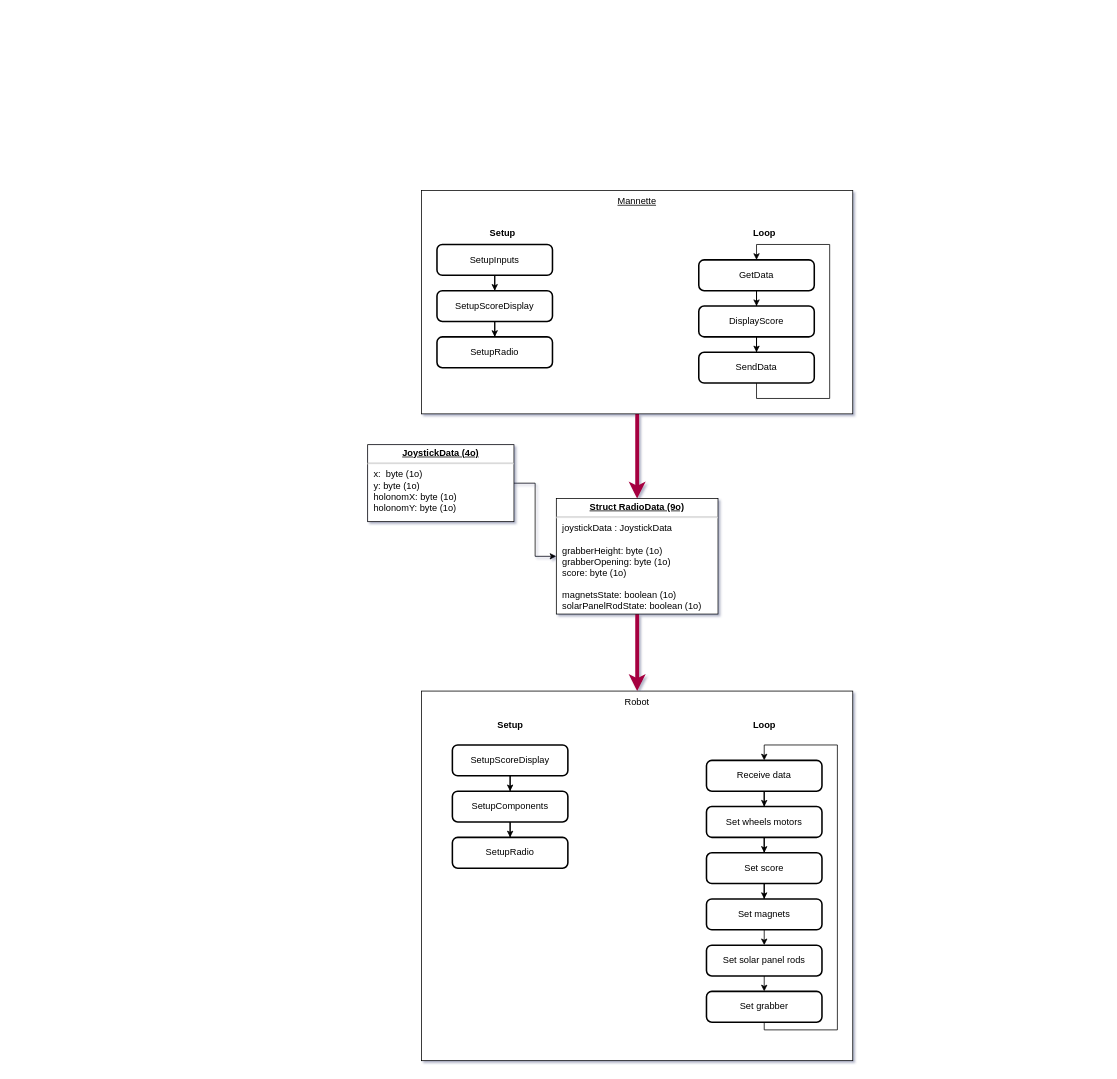
Hexobot-SLSC/eurobot-2024-controller keeps this draw.io diagram as Algorithme.drawio. Above is the earlier version. Source tidied: cells renumbered, new cells numbered last; positions are measured from the earlier drawing's top-left corner, leaving out a move shared by most shapes. Both pictures are drawn from the tidied source at 77%, with x=0, y=0 at pixel (367, 190).
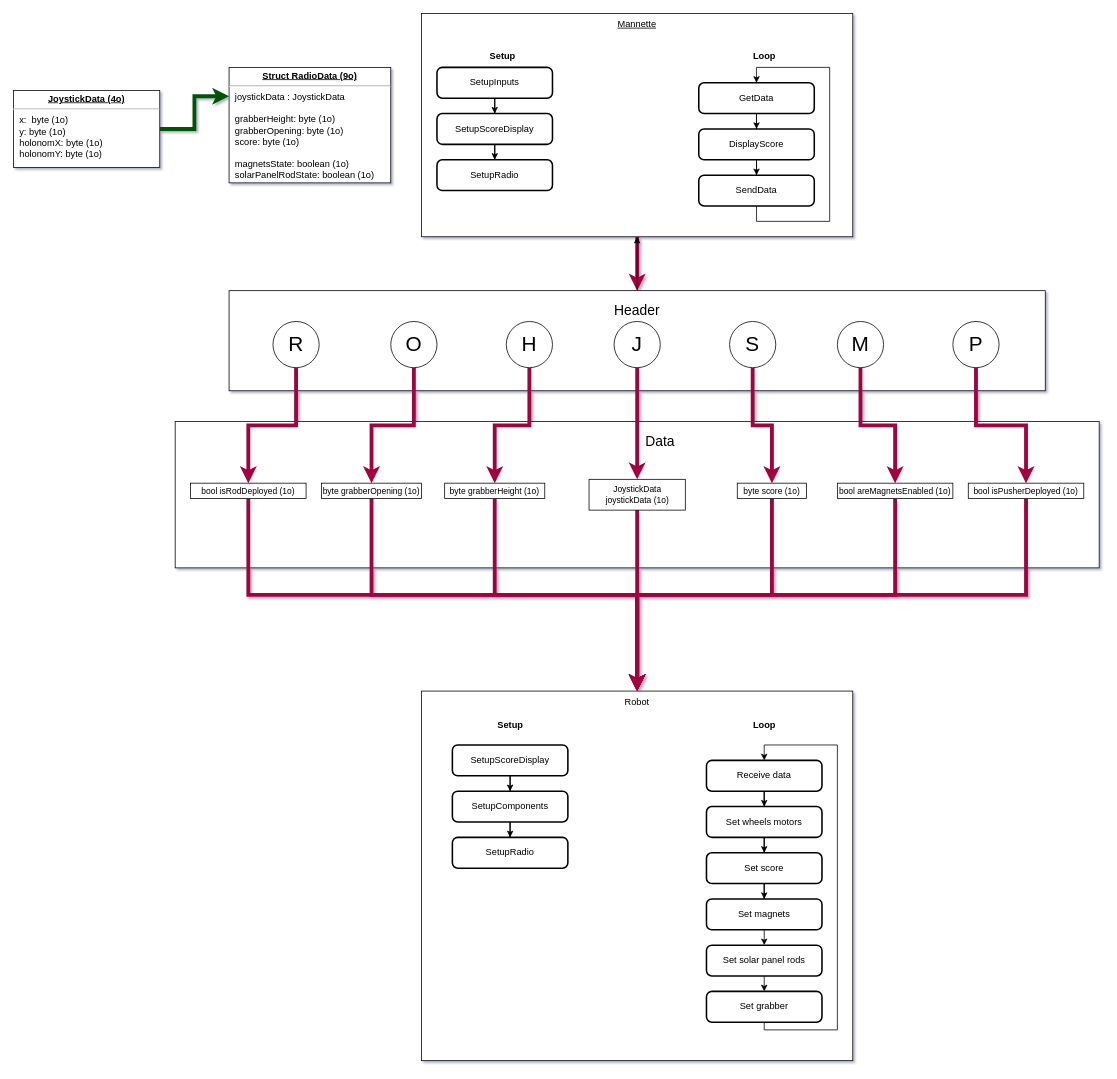
The same page after the edit.

Commit message (it also covers changes not shown here):
Added "headers" protocol for radio

Unchanged cells that the change refers to:
```xml
<mxCell id="4" value="Robot" style="rounded=0;whiteSpace=wrap;html=1;verticalAlign=top;" parent="1" vertex="1">
  <mxGeometry x="70" y="650" width="560" height="480" as="geometry" />
</mxCell>
```

The edit, as a diff of the source:
```diff
@@
+    <mxCell id="42" value="&lt;font style=&quot;font-size: 18px;&quot;&gt;&amp;nbsp; &amp;nbsp; &amp;nbsp; &amp;nbsp; &amp;nbsp; &amp;nbsp; Data&lt;/font&gt;" style="rounded=0;whiteSpace=wrap;html=1;fontSize=27;verticalAlign=top;" parent="1" vertex="1">
+      <mxGeometry x="-250" y="300" width="1200" height="190" as="geometry" />
+    </mxCell>
-    <mxCell id="2" style="edgeStyle=orthogonalEdgeStyle;rounded=0;jettySize=auto;html=1;strokeWidth=5;fillColor=#d80073;strokeColor=#A50040;" parent="1" edge="1" source="3" target="6">
+    <mxCell id="2" style="edgeStyle=orthogonalEdgeStyle;rounded=0;jettySize=auto;html=1;strokeWidth=5;fillColor=#d80073;strokeColor=#A50040;entryX=0.5;entryY=0;entryDx=0;entryDy=0;" parent="1" edge="1" source="3" target="44">
       <mxGeometry relative="1" as="geometry" />
     </mxCell>
     <mxCell id="3" value="&lt;u&gt;Mannette&lt;/u&gt;" style="rounded=0;whiteSpace=wrap;html=1;verticalAlign=top;" parent="1" vertex="1">
-      <mxGeometry x="70" width="560" height="290" as="geometry" />
+      <mxGeometry x="70" y="-230" width="560" height="290" as="geometry" />
     </mxCell>
@@
-    <mxCell id="5" style="edgeStyle=orthogonalEdgeStyle;rounded=0;jettySize=auto;html=1;strokeColor=#A50040;strokeWidth=5;fillColor=#d80073;" parent="1" edge="1" source="6" target="4">
+    <mxCell id="5" style="edgeStyle=orthogonalEdgeStyle;rounded=0;jettySize=auto;html=1;strokeColor=#A50040;strokeWidth=5;fillColor=#d80073;exitX=0.5;exitY=1;exitDx=0;exitDy=0;" parent="1" edge="1" source="63" target="4">
       <mxGeometry relative="1" as="geometry" />
     </mxCell>
     <mxCell id="6" value="&lt;p style=&quot;margin:0px;margin-top:4px;text-align:center;text-decoration:underline;&quot;&gt;&lt;b&gt;Struct RadioData (9o)&lt;/b&gt;&lt;/p&gt;&lt;hr&gt;&lt;p style=&quot;margin:0px;margin-left:8px;&quot;&gt;joystickData : JoystickData&lt;/p&gt;&lt;p style=&quot;margin:0px;margin-left:8px;&quot;&gt;&lt;br&gt;grabberHeight: byte (1o)&lt;/p&gt;&lt;p style=&quot;margin:0px;margin-left:8px;&quot;&gt;grabberOpening: byte (1o)&lt;/p&gt;&lt;p style=&quot;margin:0px;margin-left:8px;&quot;&gt;&lt;span style=&quot;background-color: initial;&quot;&gt;score: byte (1o)&lt;/span&gt;&lt;br&gt;&lt;/p&gt;&lt;p style=&quot;margin:0px;margin-left:8px;&quot;&gt;&lt;span style=&quot;background-color: initial;&quot;&gt;&lt;br&gt;&lt;/span&gt;&lt;/p&gt;&lt;p style=&quot;margin: 0px 0px 0px 8px;&quot;&gt;magnetsState: boolean (1o)&lt;/p&gt;&lt;p style=&quot;margin: 0px 0px 0px 8px;&quot;&gt;solarPanelRodState: boolean (1o)&lt;/p&gt;" style="verticalAlign=top;align=left;overflow=fill;fontSize=12;fontFamily=Helvetica;html=1;whiteSpace=wrap;rounded=0;" parent="1" vertex="1">
-      <mxGeometry x="245" y="400" width="210" height="150" as="geometry" />
+      <mxGeometry x="-180" y="-160" width="210" height="150" as="geometry" />
     </mxCell>
-    <mxCell id="7" value="&lt;p style=&quot;margin:0px;margin-top:4px;text-align:center;text-decoration:underline;&quot;&gt;&lt;b&gt;JoystickData (4o)&lt;/b&gt;&lt;/p&gt;&lt;hr&gt;&lt;p style=&quot;margin:0px;margin-left:8px;&quot;&gt;x:&amp;nbsp; byte (1o)&lt;br&gt;y: byte (1o)&lt;br&gt;holonomX: byte (1o)&lt;/p&gt;&lt;p style=&quot;margin:0px;margin-left:8px;&quot;&gt;holonomY: byte (1o)&lt;/p&gt;" style="verticalAlign=top;align=left;overflow=fill;fontSize=12;fontFamily=Helvetica;html=1;whiteSpace=wrap;rounded=0;" parent="1" vertex="1">
-      <mxGeometry y="330" width="190" height="100" as="geometry" />
-    </mxCell>
-    <mxCell id="8" style="edgeStyle=orthogonalEdgeStyle;rounded=0;jettySize=auto;html=1;" parent="1" edge="1" source="7" target="6">
-      <mxGeometry relative="1" as="geometry" />
-    </mxCell>
@@
     <mxCell id="11" value="GetData" style="rounded=1;whiteSpace=wrap;html=1;absoluteArcSize=1;arcSize=14;strokeWidth=2;" parent="1" vertex="1">
-      <mxGeometry x="430" y="90" width="150" height="40" as="geometry" />
+      <mxGeometry x="430" y="-140" width="150" height="40" as="geometry" />
     </mxCell>
     <mxCell id="12" style="edgeStyle=orthogonalEdgeStyle;rounded=0;jettySize=auto;html=1;exitX=0.5;exitY=1;exitDx=0;exitDy=0;entryX=0.5;entryY=0;entryDx=0;entryDy=0;" parent="1" edge="1" source="41" target="11">
       <mxGeometry relative="1" as="geometry">
         <Array as="points">
-          <mxPoint x="505" y="270" />
-          <mxPoint x="600" y="270" />
-          <mxPoint x="600" y="70" />
-          <mxPoint x="505" y="70" />
+          <mxPoint x="505" y="40" />
+          <mxPoint x="600" y="40" />
+          <mxPoint x="600" y="-160" />
+          <mxPoint x="505" y="-160" />
         </Array>
       </mxGeometry>
     </mxCell>
@@
     <mxCell id="14" value="DisplayScore" style="rounded=1;whiteSpace=wrap;html=1;absoluteArcSize=1;arcSize=14;strokeWidth=2;" parent="1" vertex="1">
-      <mxGeometry x="430" y="150" width="150" height="40" as="geometry" />
+      <mxGeometry x="430" y="-80" width="150" height="40" as="geometry" />
     </mxCell>
     <mxCell id="15" value="&lt;b&gt;Loop&lt;/b&gt;" style="text;html=1;align=center;verticalAlign=middle;strokeColor=none;fillColor=none;" parent="1" vertex="1">
-      <mxGeometry x="490" y="40" width="50" height="30" as="geometry" />
+      <mxGeometry x="490" y="-190" width="50" height="30" as="geometry" />
     </mxCell>
     <mxCell id="16" value="&lt;b&gt;Setup&lt;/b&gt;" style="text;html=1;align=center;verticalAlign=middle;strokeColor=none;fillColor=none;" parent="1" vertex="1">
-      <mxGeometry x="145" y="40" width="60" height="30" as="geometry" />
+      <mxGeometry x="145" y="-190" width="60" height="30" as="geometry" />
     </mxCell>
@@
     <mxCell id="18" value="SetupScoreDisplay" style="rounded=1;whiteSpace=wrap;html=1;absoluteArcSize=1;arcSize=14;strokeWidth=2;" parent="1" vertex="1">
-      <mxGeometry x="90" y="130" width="150" height="40" as="geometry" />
+      <mxGeometry x="90" y="-100" width="150" height="40" as="geometry" />
     </mxCell>
     <mxCell id="19" value="SetupRadio" style="rounded=1;whiteSpace=wrap;html=1;absoluteArcSize=1;arcSize=14;strokeWidth=2;" parent="1" vertex="1">
-      <mxGeometry x="90" y="190" width="150" height="40" as="geometry" />
+      <mxGeometry x="90" y="-40" width="150" height="40" as="geometry" />
     </mxCell>
@@
     <mxCell id="40" value="SetupInputs" style="rounded=1;whiteSpace=wrap;html=1;absoluteArcSize=1;arcSize=14;strokeWidth=2;" parent="1" vertex="1">
-      <mxGeometry x="90" y="70" width="150" height="40" as="geometry" />
+      <mxGeometry x="90" y="-160" width="150" height="40" as="geometry" />
     </mxCell>
     <mxCell id="41" value="SendData" style="rounded=1;whiteSpace=wrap;html=1;absoluteArcSize=1;arcSize=14;strokeWidth=2;" parent="1" vertex="1">
-      <mxGeometry x="430" y="210" width="150" height="40" as="geometry" />
+      <mxGeometry x="430" y="-20" width="150" height="40" as="geometry" />
     </mxCell>
+    <mxCell id="43" style="edgeStyle=none;html=1;fontSize=27;" parent="1" edge="1" source="44" target="3">
+      <mxGeometry relative="1" as="geometry" />
+    </mxCell>
+    <mxCell id="44" value="&lt;font style=&quot;font-size: 18px;&quot;&gt;Header&lt;/font&gt;" style="rounded=0;whiteSpace=wrap;html=1;fontSize=27;verticalAlign=top;" parent="1" vertex="1">
+      <mxGeometry x="-180" y="130" width="1060" height="130" as="geometry" />
+    </mxCell>
+    <mxCell id="45" style="edgeStyle=none;html=1;exitX=0.5;exitY=1;exitDx=0;exitDy=0;entryX=0.5;entryY=0;entryDx=0;entryDy=0;fontSize=11;rounded=0;strokeColor=#A50040;strokeWidth=5;fillColor=#d80073;" parent="1" edge="1" source="46" target="63">
+      <mxGeometry relative="1" as="geometry" />
+    </mxCell>
+    <mxCell id="46" value="&lt;font style=&quot;font-size: 27px;&quot;&gt;J&lt;/font&gt;" style="ellipse;whiteSpace=wrap;html=1;" parent="1" vertex="1">
+      <mxGeometry x="320" y="170" width="60" height="60" as="geometry" />
+    </mxCell>
+    <mxCell id="47" style="edgeStyle=orthogonalEdgeStyle;shape=connector;rounded=0;html=1;entryX=0.5;entryY=0;entryDx=0;entryDy=0;labelBackgroundColor=default;strokeColor=#A50040;strokeWidth=5;fontFamily=Helvetica;fontSize=11;fontColor=default;endArrow=classic;fillColor=#d80073;" parent="1" edge="1" source="48" target="52">
+      <mxGeometry relative="1" as="geometry" />
+    </mxCell>
+    <mxCell id="48" value="&lt;font style=&quot;font-size: 27px;&quot;&gt;S&lt;/font&gt;" style="ellipse;whiteSpace=wrap;html=1;" parent="1" vertex="1">
+      <mxGeometry x="470" y="170" width="60" height="60" as="geometry" />
+    </mxCell>
+    <mxCell id="49" style="edgeStyle=orthogonalEdgeStyle;shape=connector;rounded=0;html=1;entryX=0.5;entryY=0;entryDx=0;entryDy=0;labelBackgroundColor=default;strokeColor=#A50040;strokeWidth=5;fontFamily=Helvetica;fontSize=14;fontColor=default;endArrow=classic;fillColor=#d80073;" parent="1" edge="1" source="50" target="54">
+      <mxGeometry relative="1" as="geometry" />
+    </mxCell>
+    <mxCell id="50" value="&lt;font style=&quot;font-size: 27px;&quot;&gt;H&lt;/font&gt;" style="ellipse;whiteSpace=wrap;html=1;" parent="1" vertex="1">
+      <mxGeometry x="180" y="170" width="60" height="60" as="geometry" />
+    </mxCell>
+    <mxCell id="51" style="edgeStyle=orthogonalEdgeStyle;shape=connector;rounded=0;html=1;entryX=0.5;entryY=0;entryDx=0;entryDy=0;labelBackgroundColor=default;strokeColor=#A50040;strokeWidth=5;fontFamily=Helvetica;fontSize=11;fontColor=default;endArrow=classic;fillColor=#d80073;" parent="1" edge="1" source="52" target="4">
+      <mxGeometry relative="1" as="geometry" />
+    </mxCell>
+    <mxCell id="52" value="byte score (1o)" style="rounded=0;whiteSpace=wrap;html=1;fontFamily=Helvetica;fontSize=11;fontColor=default;" parent="1" vertex="1">
+      <mxGeometry x="480" y="380" width="90" height="20" as="geometry" />
+    </mxCell>
+    <mxCell id="53" style="edgeStyle=orthogonalEdgeStyle;shape=connector;rounded=0;html=1;entryX=0.5;entryY=0;entryDx=0;entryDy=0;labelBackgroundColor=default;strokeColor=#A50040;strokeWidth=5;fontFamily=Helvetica;fontSize=14;fontColor=default;endArrow=classic;fillColor=#d80073;" parent="1" edge="1" source="54" target="4">
+      <mxGeometry relative="1" as="geometry" />
+    </mxCell>
+    <mxCell id="54" value="byte grabberHeight (1o)" style="rounded=0;whiteSpace=wrap;html=1;fontFamily=Helvetica;fontSize=11;fontColor=default;" parent="1" vertex="1">
+      <mxGeometry x="100" y="380" width="130" height="20" as="geometry" />
+    </mxCell>
+    <mxCell id="55" style="edgeStyle=orthogonalEdgeStyle;shape=connector;rounded=0;html=1;entryX=0.5;entryY=0;entryDx=0;entryDy=0;labelBackgroundColor=default;strokeColor=#A50040;strokeWidth=5;fontFamily=Helvetica;fontSize=18;fontColor=default;endArrow=classic;fillColor=#d80073;" parent="1" edge="1" source="56" target="58">
+      <mxGeometry relative="1" as="geometry" />
+    </mxCell>
+    <mxCell id="56" value="&lt;font style=&quot;font-size: 27px;&quot;&gt;O&lt;/font&gt;" style="ellipse;whiteSpace=wrap;html=1;" parent="1" vertex="1">
+      <mxGeometry x="30" y="170" width="60" height="60" as="geometry" />
+    </mxCell>
+    <mxCell id="57" style="edgeStyle=orthogonalEdgeStyle;shape=connector;rounded=0;html=1;exitX=0.5;exitY=1;exitDx=0;exitDy=0;entryX=0.5;entryY=0;entryDx=0;entryDy=0;labelBackgroundColor=default;strokeColor=#A50040;strokeWidth=5;fontFamily=Helvetica;fontSize=18;fontColor=default;endArrow=classic;fillColor=#d80073;" parent="1" edge="1" source="58" target="4">
+      <mxGeometry relative="1" as="geometry" />
+    </mxCell>
+    <mxCell id="58" value="byte grabberOpening (1o)" style="rounded=0;whiteSpace=wrap;html=1;fontFamily=Helvetica;fontSize=11;fontColor=default;" parent="1" vertex="1">
+      <mxGeometry x="-60" y="380" width="130" height="20" as="geometry" />
+    </mxCell>
+    <mxCell id="59" style="edgeStyle=orthogonalEdgeStyle;shape=connector;rounded=0;html=1;entryX=0.5;entryY=0;entryDx=0;entryDy=0;labelBackgroundColor=default;strokeColor=#A50040;strokeWidth=5;fontFamily=Helvetica;fontSize=18;fontColor=default;endArrow=classic;fillColor=#d80073;" parent="1" edge="1" source="60" target="62">
+      <mxGeometry relative="1" as="geometry" />
+    </mxCell>
+    <mxCell id="60" value="&lt;font style=&quot;font-size: 27px;&quot;&gt;M&lt;/font&gt;" style="ellipse;whiteSpace=wrap;html=1;" parent="1" vertex="1">
+      <mxGeometry x="610" y="170" width="60" height="60" as="geometry" />
+    </mxCell>
+    <mxCell id="61" style="edgeStyle=orthogonalEdgeStyle;shape=connector;rounded=0;html=1;entryX=0.5;entryY=0;entryDx=0;entryDy=0;labelBackgroundColor=default;strokeColor=#A50040;strokeWidth=5;fontFamily=Helvetica;fontSize=18;fontColor=default;endArrow=classic;fillColor=#d80073;" parent="1" edge="1" source="62" target="4">
+      <mxGeometry relative="1" as="geometry" />
+    </mxCell>
+    <mxCell id="62" value="bool areMagnetsEnabled (1o)" style="rounded=0;whiteSpace=wrap;html=1;fontFamily=Helvetica;fontSize=11;fontColor=default;" parent="1" vertex="1">
+      <mxGeometry x="610" y="380" width="150" height="20" as="geometry" />
+    </mxCell>
+    <mxCell id="8" style="edgeStyle=orthogonalEdgeStyle;shape=connector;rounded=0;html=1;exitX=1;exitY=0.5;exitDx=0;exitDy=0;entryX=0;entryY=0.25;entryDx=0;entryDy=0;labelBackgroundColor=default;strokeColor=#005700;strokeWidth=5;fontFamily=Helvetica;fontSize=18;fontColor=default;endArrow=classic;fillColor=#008a00;" parent="1" edge="1" source="7" target="6">
+      <mxGeometry relative="1" as="geometry" />
+    </mxCell>
+    <mxCell id="7" value="&lt;p style=&quot;margin:0px;margin-top:4px;text-align:center;text-decoration:underline;&quot;&gt;&lt;b&gt;JoystickData (4o)&lt;/b&gt;&lt;/p&gt;&lt;hr&gt;&lt;p style=&quot;margin:0px;margin-left:8px;&quot;&gt;x:&amp;nbsp; byte (1o)&lt;br&gt;y: byte (1o)&lt;br&gt;holonomX: byte (1o)&lt;/p&gt;&lt;p style=&quot;margin:0px;margin-left:8px;&quot;&gt;holonomY: byte (1o)&lt;/p&gt;" style="verticalAlign=top;align=left;overflow=fill;fontSize=12;fontFamily=Helvetica;html=1;whiteSpace=wrap;rounded=0;" parent="1" vertex="1">
+      <mxGeometry x="-460" y="-130" width="190" height="100" as="geometry" />
+    </mxCell>
+    <mxCell id="63" value="JoystickData joystickData (1o)" style="rounded=0;whiteSpace=wrap;html=1;fontFamily=Helvetica;fontSize=11;fontColor=default;" parent="1" vertex="1">
+      <mxGeometry x="287.5" y="375" width="125" height="40" as="geometry" />
+    </mxCell>
+    <mxCell id="64" style="edgeStyle=orthogonalEdgeStyle;shape=connector;rounded=0;html=1;exitX=0.5;exitY=1;exitDx=0;exitDy=0;entryX=0.5;entryY=0;entryDx=0;entryDy=0;labelBackgroundColor=default;strokeColor=#A50040;strokeWidth=5;fontFamily=Helvetica;fontSize=18;fontColor=default;endArrow=classic;fillColor=#d80073;" parent="1" edge="1" source="65" target="67">
+      <mxGeometry relative="1" as="geometry" />
+    </mxCell>
+    <mxCell id="65" value="&lt;font style=&quot;font-size: 27px;&quot;&gt;R&lt;/font&gt;" style="ellipse;whiteSpace=wrap;html=1;" parent="1" vertex="1">
+      <mxGeometry x="-123" y="170" width="60" height="60" as="geometry" />
+    </mxCell>
+    <mxCell id="66" style="edgeStyle=orthogonalEdgeStyle;shape=connector;rounded=0;html=1;exitX=0.5;exitY=1;exitDx=0;exitDy=0;entryX=0.5;entryY=0;entryDx=0;entryDy=0;labelBackgroundColor=default;strokeColor=#A50040;strokeWidth=5;fontFamily=Helvetica;fontSize=18;fontColor=default;endArrow=classic;fillColor=#d80073;" parent="1" edge="1" source="67" target="4">
+      <mxGeometry relative="1" as="geometry" />
+    </mxCell>
+    <mxCell id="67" value="bool isRodDeployed (1o)" style="rounded=0;whiteSpace=wrap;html=1;fontFamily=Helvetica;fontSize=11;fontColor=default;" parent="1" vertex="1">
+      <mxGeometry x="-230" y="380" width="150" height="20" as="geometry" />
+    </mxCell>
+    <mxCell id="68" style="edgeStyle=orthogonalEdgeStyle;shape=connector;rounded=0;html=1;entryX=0.5;entryY=0;entryDx=0;entryDy=0;labelBackgroundColor=default;strokeColor=#A50040;strokeWidth=5;fontFamily=Helvetica;fontSize=18;fontColor=default;endArrow=classic;fillColor=#d80073;" parent="1" edge="1" source="69" target="71">
+      <mxGeometry relative="1" as="geometry" />
+    </mxCell>
+    <mxCell id="69" value="&lt;span style=&quot;font-size: 27px;&quot;&gt;P&lt;/span&gt;" style="ellipse;whiteSpace=wrap;html=1;" parent="1" vertex="1">
+      <mxGeometry x="760" y="170" width="60" height="60" as="geometry" />
+    </mxCell>
+    <mxCell id="70" style="edgeStyle=orthogonalEdgeStyle;shape=connector;rounded=0;html=1;exitX=0.5;exitY=1;exitDx=0;exitDy=0;entryX=0.5;entryY=0;entryDx=0;entryDy=0;labelBackgroundColor=default;strokeColor=#A50040;strokeWidth=5;fontFamily=Helvetica;fontSize=18;fontColor=default;endArrow=classic;fillColor=#d80073;" parent="1" edge="1" source="71" target="4">
+      <mxGeometry relative="1" as="geometry" />
+    </mxCell>
+    <mxCell id="71" value="bool isPusherDeployed (1o)" style="rounded=0;whiteSpace=wrap;html=1;fontFamily=Helvetica;fontSize=11;fontColor=default;" parent="1" vertex="1">
+      <mxGeometry x="780" y="380" width="150" height="20" as="geometry" />
+    </mxCell>
```
